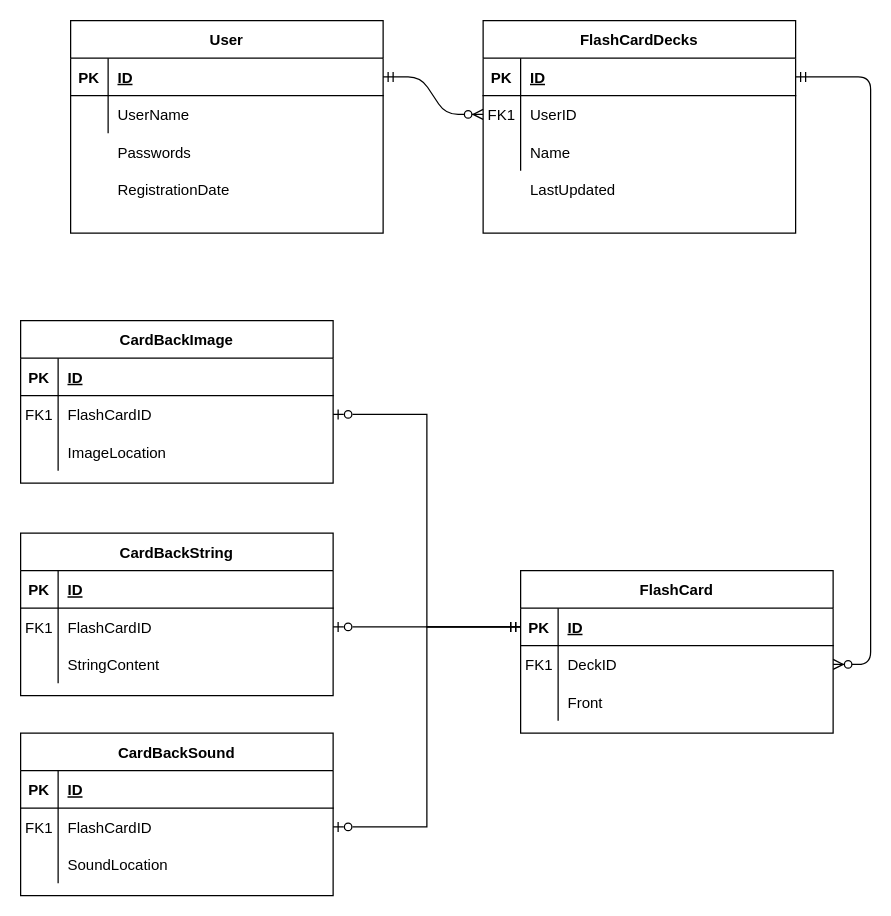
Before: ERDiagram.drawio in masonlai/Multimedia_FlashCards, a draw.io diagram. Source tidied: cells renumbered, new cells numbered last; positions are measured from the earlier drawing's top-left corner, leaving out a move shared by most shapes. Both pictures are drawn from the tidied source at 125%, with x=0, y=0 at pixel (20, 20).
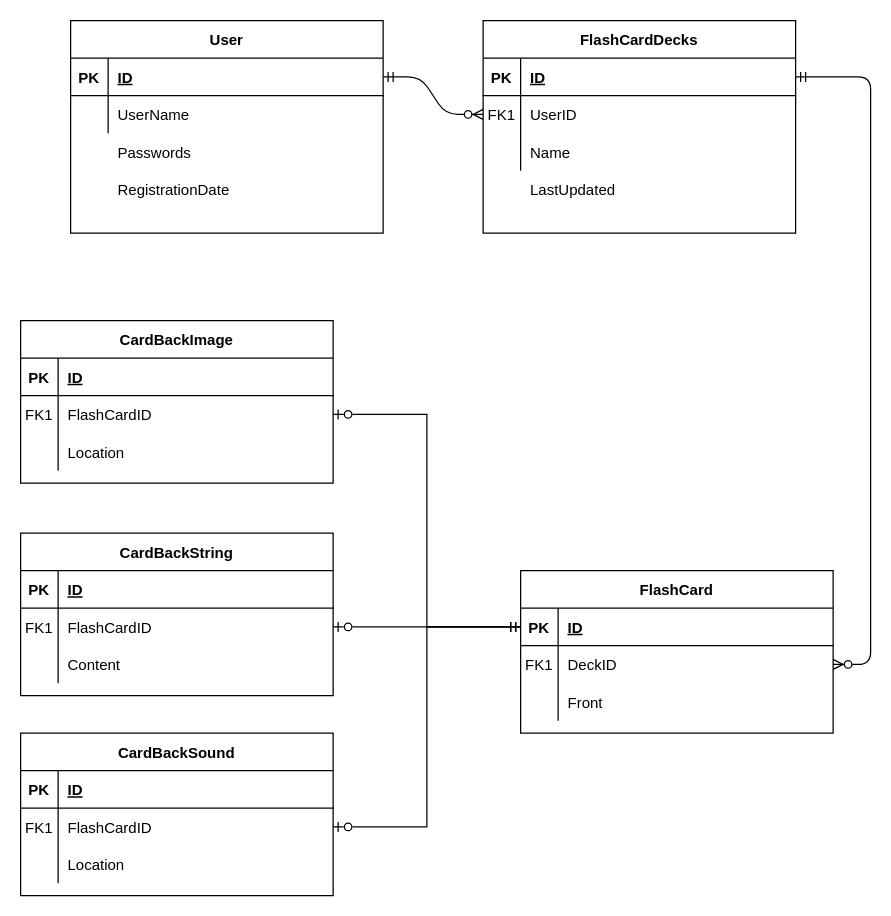
Above is the later version.

Unchanged cells that the change refers to:
```xml
<mxCell id="41" style="shape=partialRectangle;fillColor=none;top=0;left=0;right=0;bottom=0;" parent="34" vertex="1">
  <mxGeometry y="90" width="250" height="30" as="geometry" />
</mxCell>
<mxCell id="51" style="shape=partialRectangle;fillColor=none;top=0;left=0;right=0;bottom=0;" parent="44" vertex="1">
  <mxGeometry y="90" width="250" height="30" as="geometry" />
</mxCell>
<mxCell id="61" style="shape=partialRectangle;fillColor=none;top=0;left=0;right=0;bottom=0;" parent="54" vertex="1">
  <mxGeometry y="90" width="250" height="30" as="geometry" />
</mxCell>
```

Diff of the diagram source:
```diff
@@
-    <mxCell id="43" value="ImageLocation" style="shape=partialRectangle;overflow=hidden;fillColor=none;top=0;left=0;bottom=0;right=0;align=left;spacingLeft=6;" parent="41" vertex="1">
+    <mxCell id="43" value="Location" style="shape=partialRectangle;overflow=hidden;fillColor=none;top=0;left=0;bottom=0;right=0;align=left;spacingLeft=6;" parent="41" vertex="1">
       <mxGeometry x="30" width="220" height="30" as="geometry" />
     </mxCell>
@@
-    <mxCell id="53" value="StringContent" style="shape=partialRectangle;overflow=hidden;fillColor=none;top=0;left=0;bottom=0;right=0;align=left;spacingLeft=6;" parent="51" vertex="1">
+    <mxCell id="53" value="Content" style="shape=partialRectangle;overflow=hidden;fillColor=none;top=0;left=0;bottom=0;right=0;align=left;spacingLeft=6;" parent="51" vertex="1">
       <mxGeometry x="30" width="220" height="30" as="geometry" />
     </mxCell>
@@
-    <mxCell id="63" value="SoundLocation" style="shape=partialRectangle;overflow=hidden;fillColor=none;top=0;left=0;bottom=0;right=0;align=left;spacingLeft=6;" parent="61" vertex="1">
+    <mxCell id="63" value="Location" style="shape=partialRectangle;overflow=hidden;fillColor=none;top=0;left=0;bottom=0;right=0;align=left;spacingLeft=6;" parent="61" vertex="1">
       <mxGeometry x="30" width="220" height="30" as="geometry" />
     </mxCell>
```
